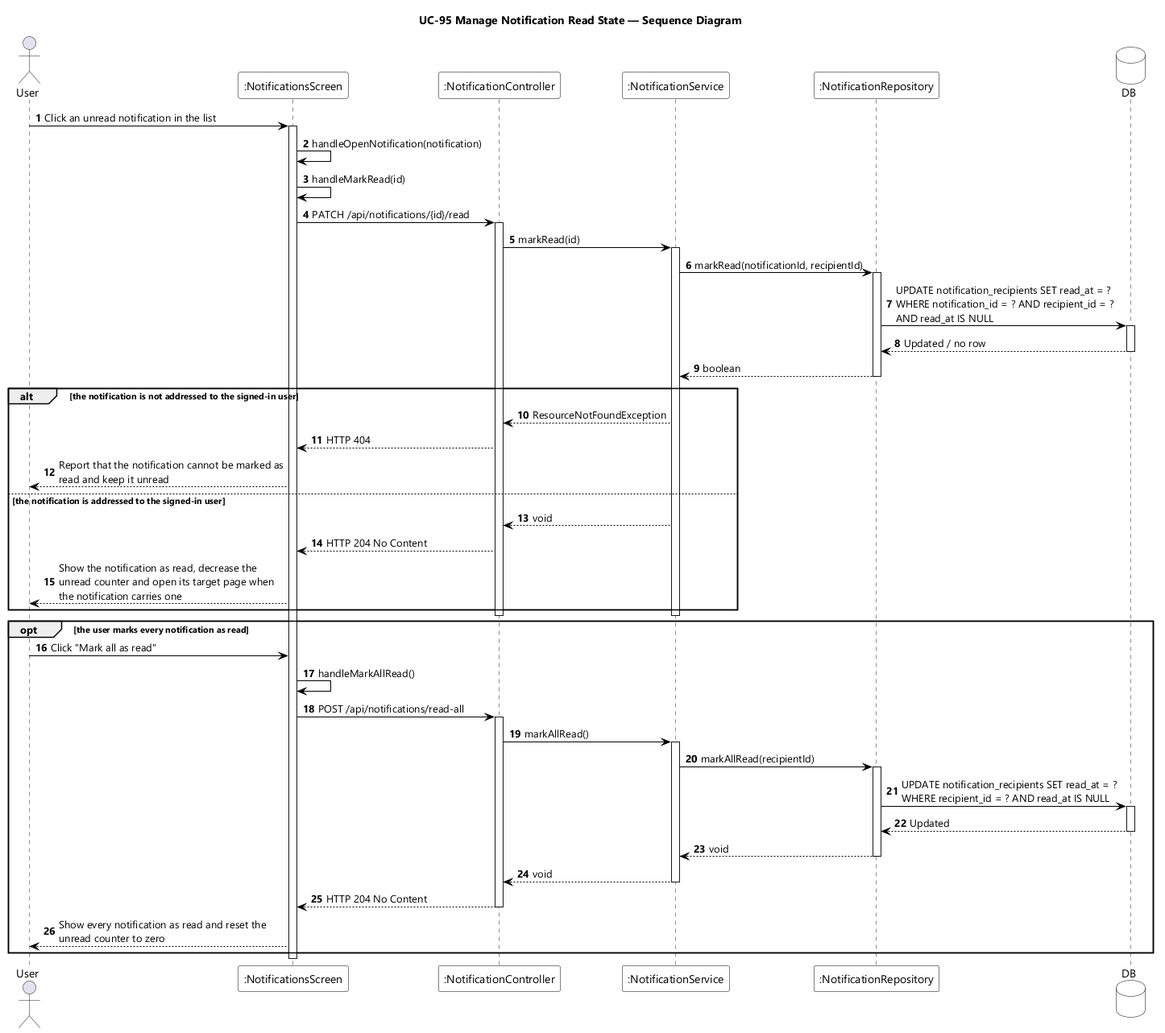
Above: designs/sds-diagrams/uc95/uc95-sequence-diagram.png in EduA-system/EduA-system (PlantUML), before the change.
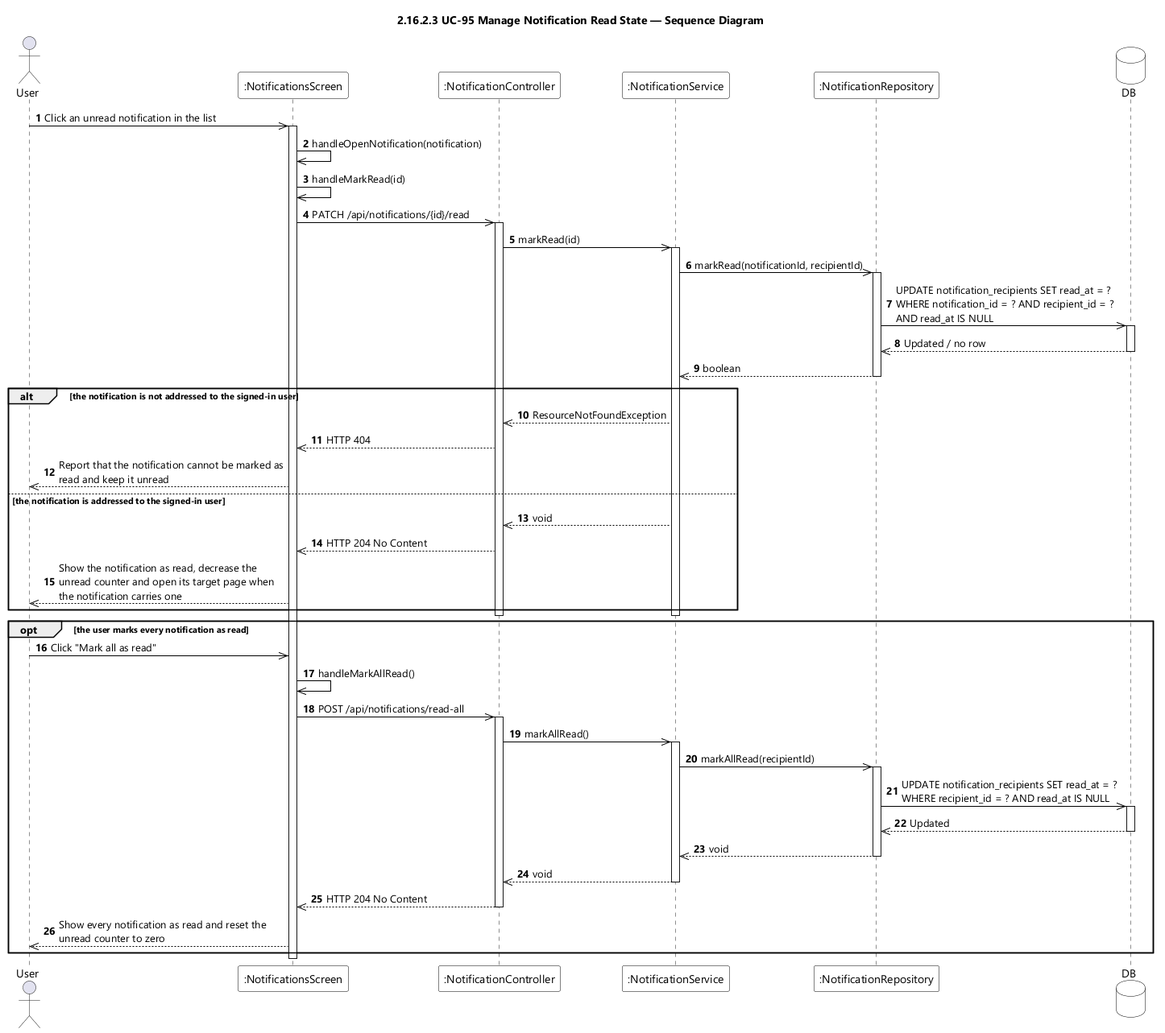
After the commit.

Diff of the diagram source:
```diff
@@ -9,7 +9,7 @@
 skinparam ArrowColor #000000
 skinparam sequenceMessageAlign left
 skinparam maxMessageSize 280
-title UC-95 Manage Notification Read State — Sequence Diagram
+title 2.16.2.3 UC-95 Manage Notification Read State — Sequence Diagram
 
 actor User
 participant ":NotificationsScreen" as UI
@@ -19,55 +19,55 @@
 database DB
 
 autonumber
-User -> UI : Click an unread notification in the list
+User ->> UI : Click an unread notification in the list
 activate UI
-UI -> UI : handleOpenNotification(notification)
-UI -> UI : handleMarkRead(id)
-UI -> CTL : PATCH /api/notifications/{id}/read
+UI ->> UI : handleOpenNotification(notification)
+UI ->> UI : handleMarkRead(id)
+UI ->> CTL : PATCH /api/notifications/{id}/read
 activate CTL
-CTL -> SVC : markRead(id)
+CTL ->> SVC : markRead(id)
 activate SVC
-SVC -> NOTIFS : markRead(notificationId, recipientId)
+SVC ->> NOTIFS : markRead(notificationId, recipientId)
 activate NOTIFS
-NOTIFS -> DB : UPDATE notification_recipients SET read_at = ? WHERE notification_id = ? AND recipient_id = ? AND read_at IS NULL
+NOTIFS ->> DB : UPDATE notification_recipients SET read_at = ? WHERE notification_id = ? AND recipient_id = ? AND read_at IS NULL
 activate DB
-DB --> NOTIFS : Updated / no row
+DB -->> NOTIFS : Updated / no row
 deactivate DB
-NOTIFS --> SVC : boolean
+NOTIFS -->> SVC : boolean
 deactivate NOTIFS
 
 alt the notification is not addressed to the signed-in user
-  SVC --> CTL : ResourceNotFoundException
-  CTL --> UI : HTTP 404
-  UI --> User : Report that the notification cannot be marked as read and keep it unread
+  SVC -->> CTL : ResourceNotFoundException
+  CTL -->> UI : HTTP 404
+  UI -->> User : Report that the notification cannot be marked as read and keep it unread
 else the notification is addressed to the signed-in user
-  SVC --> CTL : void
-  CTL --> UI : HTTP 204 No Content
-  UI --> User : Show the notification as read, decrease the unread counter and open its target page when the notification carries one
+  SVC -->> CTL : void
+  CTL -->> UI : HTTP 204 No Content
+  UI -->> User : Show the notification as read, decrease the unread counter and open its target page when the notification carries one
 end
 deactivate SVC
 deactivate CTL
 
 opt the user marks every notification as read
-  User -> UI : Click "Mark all as read"
-  UI -> UI : handleMarkAllRead()
-  UI -> CTL : POST /api/notifications/read-all
+  User ->> UI : Click "Mark all as read"
+  UI ->> UI : handleMarkAllRead()
+  UI ->> CTL : POST /api/notifications/read-all
   activate CTL
-  CTL -> SVC : markAllRead()
+  CTL ->> SVC : markAllRead()
   activate SVC
-  SVC -> NOTIFS : markAllRead(recipientId)
+  SVC ->> NOTIFS : markAllRead(recipientId)
   activate NOTIFS
-  NOTIFS -> DB : UPDATE notification_recipients SET read_at = ? WHERE recipient_id = ? AND read_at IS NULL
+  NOTIFS ->> DB : UPDATE notification_recipients SET read_at = ? WHERE recipient_id = ? AND read_at IS NULL
   activate DB
-  DB --> NOTIFS : Updated
+  DB -->> NOTIFS : Updated
   deactivate DB
-  NOTIFS --> SVC : void
+  NOTIFS -->> SVC : void
   deactivate NOTIFS
-  SVC --> CTL : void
+  SVC -->> CTL : void
   deactivate SVC
-  CTL --> UI : HTTP 204 No Content
+  CTL -->> UI : HTTP 204 No Content
   deactivate CTL
-  UI --> User : Show every notification as read and reset the unread counter to zero
+  UI -->> User : Show every notification as read and reset the unread counter to zero
 end
 deactivate UI
 @enduml
```
